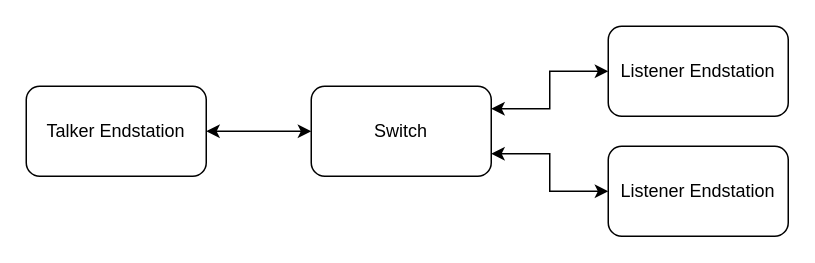
avb-academy/avb_academy keeps this draw.io diagram as static/images/milan-names.drawio. Above is the earlier version. Source tidied: cells renumbered, new cells numbered last; positions are measured from the earlier drawing's top-left corner, leaving out a move shared by most shapes. Both pictures are drawn from the tidied source at 150%, with x=0, y=0 at pixel (26, 26).
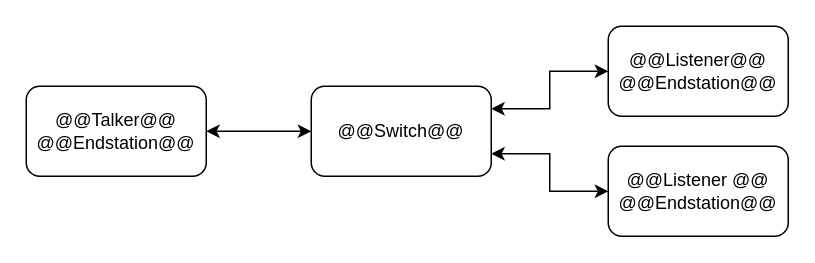
The same page after the edit.

The edit, as a diff of the source:
```diff
@@
 <mxGraphModel>
   <root>
     <mxCell id="0" />
     <mxCell id="1" parent="0" />
-    <mxCell id="2" value="Switch" style="rounded=1;whiteSpace=wrap;html=1;" parent="1" vertex="1">
+    <mxCell id="2" value="@@Switch@@" style="rounded=1;whiteSpace=wrap;html=1;" parent="1" vertex="1">
       <mxGeometry x="190" y="40" width="120" height="60" as="geometry" />
     </mxCell>
     <mxCell id="3" style="edgeStyle=orthogonalEdgeStyle;rounded=0;jettySize=auto;html=1;exitX=1;exitY=0.5;exitDx=0;exitDy=0;entryX=0;entryY=0.5;entryDx=0;entryDy=0;startArrow=classic;startFill=1;" parent="1" edge="1" source="6" target="2">
       <mxGeometry relative="1" as="geometry" />
     </mxCell>
     <mxCell id="4" style="edgeStyle=orthogonalEdgeStyle;rounded=0;jettySize=auto;html=1;exitX=0;exitY=0.5;exitDx=0;exitDy=0;entryX=1;entryY=0.75;entryDx=0;entryDy=0;startArrow=classic;startFill=1;" parent="1" edge="1" source="7" target="2">
       <mxGeometry relative="1" as="geometry" />
     </mxCell>
     <mxCell id="5" style="edgeStyle=orthogonalEdgeStyle;rounded=0;jettySize=auto;html=1;exitX=0;exitY=0.5;exitDx=0;exitDy=0;entryX=1;entryY=0.25;entryDx=0;entryDy=0;startArrow=classic;startFill=1;" parent="1" edge="1" source="8" target="2">
       <mxGeometry relative="1" as="geometry" />
     </mxCell>
-    <mxCell id="6" value="Talker Endstation" style="rounded=1;whiteSpace=wrap;html=1;align=center;" parent="1" vertex="1">
+    <mxCell id="6" value="@@Talker@@ @@Endstation@@" style="rounded=1;whiteSpace=wrap;html=1;align=center;" parent="1" vertex="1">
       <mxGeometry y="40" width="120" height="60" as="geometry" />
     </mxCell>
-    <mxCell id="7" value="Listener Endstation" style="rounded=1;whiteSpace=wrap;html=1;align=center;" parent="1" vertex="1">
+    <mxCell id="7" value="@@Listener @@ @@Endstation@@" style="rounded=1;whiteSpace=wrap;html=1;align=center;" parent="1" vertex="1">
       <mxGeometry x="388" y="80" width="120" height="60" as="geometry" />
     </mxCell>
-    <mxCell id="8" value="&lt;div&gt;Listener Endstation&lt;/div&gt;" style="rounded=1;whiteSpace=wrap;html=1;align=center;" parent="1" vertex="1">
+    <mxCell id="8" value="&lt;div&gt;@@Listener@@ @@Endstation@@&lt;/div&gt;" style="rounded=1;whiteSpace=wrap;html=1;align=center;" parent="1" vertex="1">
       <mxGeometry x="388" width="120" height="60" as="geometry" />
     </mxCell>
   </root>
 </mxGraphModel>
```
